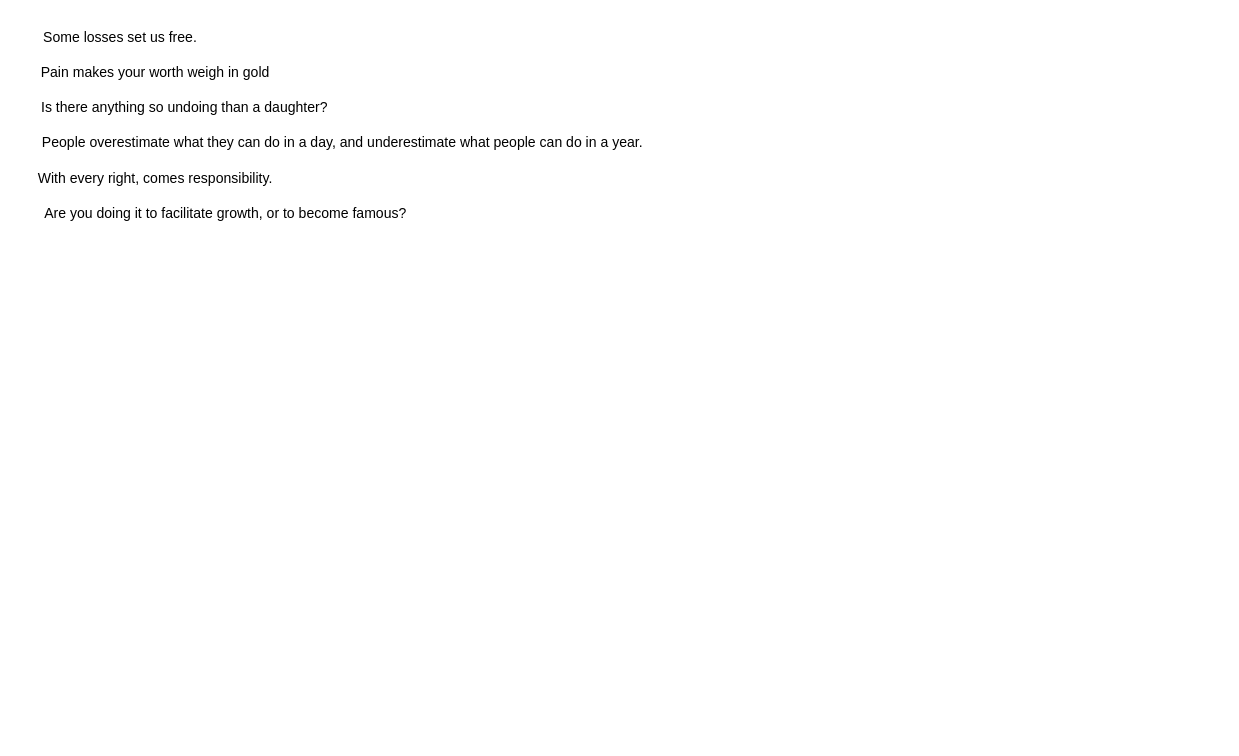
HasinJ/Elements-Platformer keeps this draw.io diagram as Plans.drawio. Above is the earlier version. Source tidied: cells renumbered, new cells numbered last; positions are measured from the earlier drawing's top-left corner, leaving out a move shared by most shapes. Both pictures are drawn from the tidied source at 117%, with x=0, y=0 at pixel (20, 20).
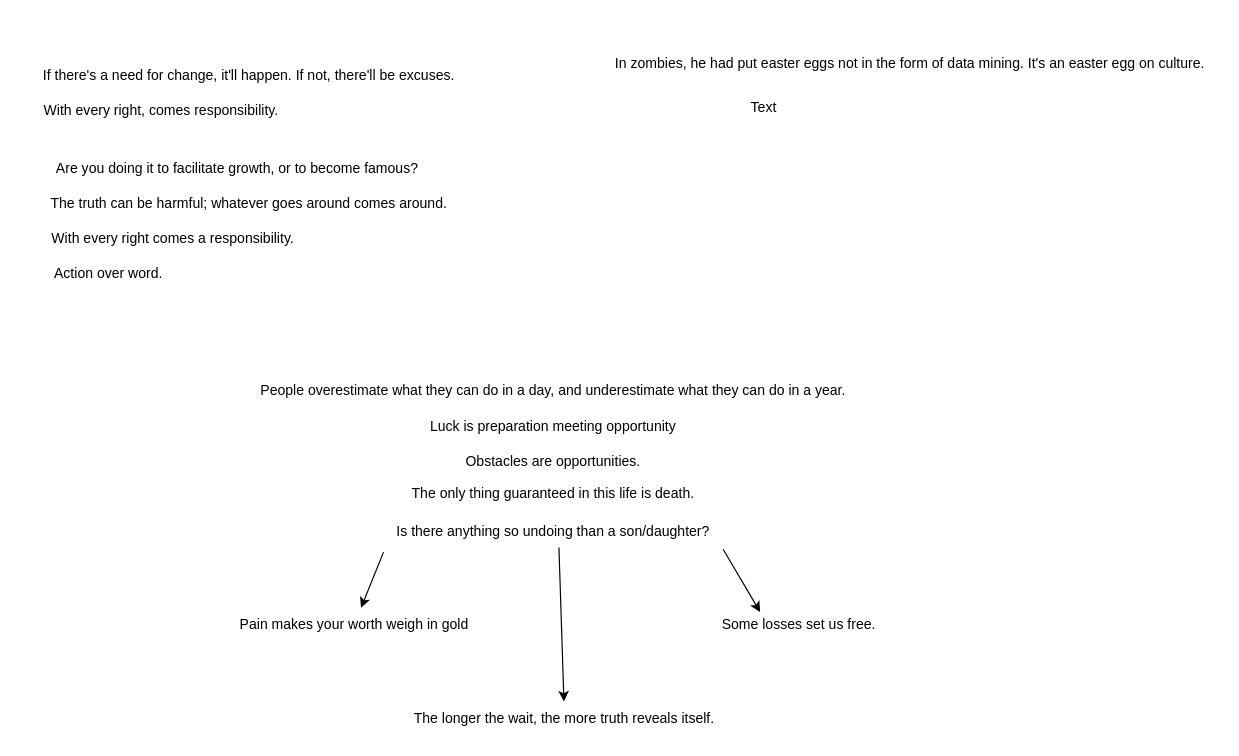
The same diagram, later.

The edit, as a diff of the source:
```diff
@@
     <mxCell id="2" value="Some losses set us free." style="text;html=1;align=center;verticalAlign=middle;points=[];strokeColor=none;fillColor=none;" parent="1" vertex="1">
-      <mxGeometry x="5" width="160" height="30" as="geometry" />
+      <mxGeometry x="585" y="502" width="160" height="30" as="geometry" />
     </mxCell>
     <mxCell id="3" value="Pain makes your worth weigh in gold" style="text;html=1;align=center;verticalAlign=middle;points=[];strokeColor=none;fillColor=none;" parent="1" vertex="1">
-      <mxGeometry x="5" y="30" width="220" height="30" as="geometry" />
+      <mxGeometry x="175" y="502" width="220" height="30" as="geometry" />
     </mxCell>
-    <mxCell id="4" value="Is there anything so undoing than a daughter?" style="text;html=1;align=center;verticalAlign=middle;points=[];strokeColor=none;fillColor=none;" parent="1" vertex="1">
-      <mxGeometry x="5" y="60" width="270" height="30" as="geometry" />
+    <mxCell id="4" value="Is there anything so undoing than a son/daughter?" style="text;html=1;align=center;verticalAlign=middle;points=[];strokeColor=none;fillColor=none;" parent="1" vertex="1">
+      <mxGeometry x="310" y="422" width="290" height="30" as="geometry" />
     </mxCell>
-    <mxCell id="5" value="People overestimate what they can do in a day, and underestimate what people can do in a year." style="text;html=1;align=center;verticalAlign=middle;strokeColor=none;fillColor=none;" parent="1" vertex="1">
-      <mxGeometry y="90" width="550" height="30" as="geometry" />
+    <mxCell id="5" value="People overestimate what they can do in a day, and underestimate what they can do in a year." style="text;html=1;align=center;verticalAlign=middle;strokeColor=none;fillColor=none;" parent="1" vertex="1">
+      <mxGeometry x="195" y="302" width="520" height="30" as="geometry" />
     </mxCell>
     <mxCell id="6" value="With every right, comes responsibility." style="text;html=1;align=center;verticalAlign=middle;strokeColor=none;fillColor=none;" parent="1" vertex="1">
-      <mxGeometry y="120" width="230" height="30" as="geometry" />
+      <mxGeometry x="5" y="62" width="230" height="30" as="geometry" />
     </mxCell>
     <mxCell id="7" value="Are you doing it to facilitate growth, or to become famous?" style="text;html=1;align=center;verticalAlign=middle;strokeColor=none;fillColor=none;" parent="1" vertex="1">
-      <mxGeometry x="5" y="150" width="340" height="30" as="geometry" />
+      <mxGeometry x="15" y="112" width="340" height="30" as="geometry" />
     </mxCell>
+    <mxCell id="8" value="Obstacles are opportunities." style="text;html=1;align=center;verticalAlign=middle;strokeColor=none;fillColor=none;" parent="1" vertex="1">
+      <mxGeometry x="370" y="362" width="170" height="30" as="geometry" />
+    </mxCell>
+    <mxCell id="9" value="Luck is preparation meeting opportunity" style="text;html=1;align=center;verticalAlign=middle;strokeColor=none;fillColor=none;" parent="1" vertex="1">
+      <mxGeometry x="340" y="332" width="230" height="30" as="geometry" />
+    </mxCell>
+    <mxCell id="10" value="With every right comes a responsibility." style="text;html=1;align=center;verticalAlign=middle;strokeColor=none;fillColor=none;" parent="1" vertex="1">
+      <mxGeometry x="15" y="172" width="230" height="30" as="geometry" />
+    </mxCell>
+    <mxCell id="11" value="Action over word." style="text;html=1;align=center;verticalAlign=middle;strokeColor=none;fillColor=none;" parent="1" vertex="1">
+      <mxGeometry x="15" y="202" width="120" height="30" as="geometry" />
+    </mxCell>
+    <mxCell id="12" value="If there's a need for change, it'll happen. If not, there'll be excuses." style="text;html=1;align=center;verticalAlign=middle;strokeColor=none;fillColor=none;" parent="1" vertex="1">
+      <mxGeometry x="5" y="32" width="380" height="30" as="geometry" />
+    </mxCell>
+    <mxCell id="13" value="The truth can be harmful; whatever goes around comes around." style="text;html=1;align=center;verticalAlign=middle;strokeColor=none;fillColor=none;" parent="1" vertex="1">
+      <mxGeometry x="15" y="142" width="360" height="30" as="geometry" />
+    </mxCell>
+    <mxCell id="14" style="endArrow=classic;html=1;rounded=0;exitX=0.001;exitY=1.08;exitDx=0;exitDy=0;exitPerimeter=0;" parent="1" edge="1" source="4" target="3">
+      <mxGeometry relative="1" as="geometry" />
+    </mxCell>
+    <mxCell id="15" style="endArrow=classic;html=1;rounded=0;exitX=1.002;exitY=1;exitDx=0;exitDy=0;exitPerimeter=0;entryX=0.295;entryY=0.12;entryDx=0;entryDy=0;entryPerimeter=0;" parent="1" edge="1" source="4" target="2">
+      <mxGeometry relative="1" as="geometry" />
+    </mxCell>
+    <mxCell id="16" value="The only thing guaranteed in this life is death." style="text;html=1;align=center;verticalAlign=middle;strokeColor=none;fillColor=none;" parent="1" vertex="1">
+      <mxGeometry x="320" y="390" width="270" height="30" as="geometry" />
+    </mxCell>
+    <mxCell id="17" style="endArrow=classic;html=1;rounded=0;exitX=0.518;exitY=0.947;exitDx=0;exitDy=0;exitPerimeter=0;" parent="1" edge="1" source="4" target="18">
+      <mxGeometry relative="1" as="geometry" />
+    </mxCell>
+    <mxCell id="18" value="The longer the wait, the more truth reveals itself." style="text;html=1;align=center;verticalAlign=middle;whiteSpace=wrap;rounded=0;" parent="1" vertex="1">
+      <mxGeometry x="315" y="582" width="300" height="30" as="geometry" />
+    </mxCell>
+    <mxCell id="19" value="In zombies, he had put easter eggs not in the form of data mining. It's an easter egg on culture." style="text;html=1;align=center;verticalAlign=middle;strokeColor=none;fillColor=none;" parent="1" vertex="1">
+      <mxGeometry x="495" y="22" width="530" height="30" as="geometry" />
+    </mxCell>
+    <mxCell id="20" value="Text" style="text;html=1;align=center;verticalAlign=middle;strokeColor=none;fillColor=none;" parent="1" vertex="1">
+      <mxGeometry x="610" y="60" width="50" height="30" as="geometry" />
+    </mxCell>
```
